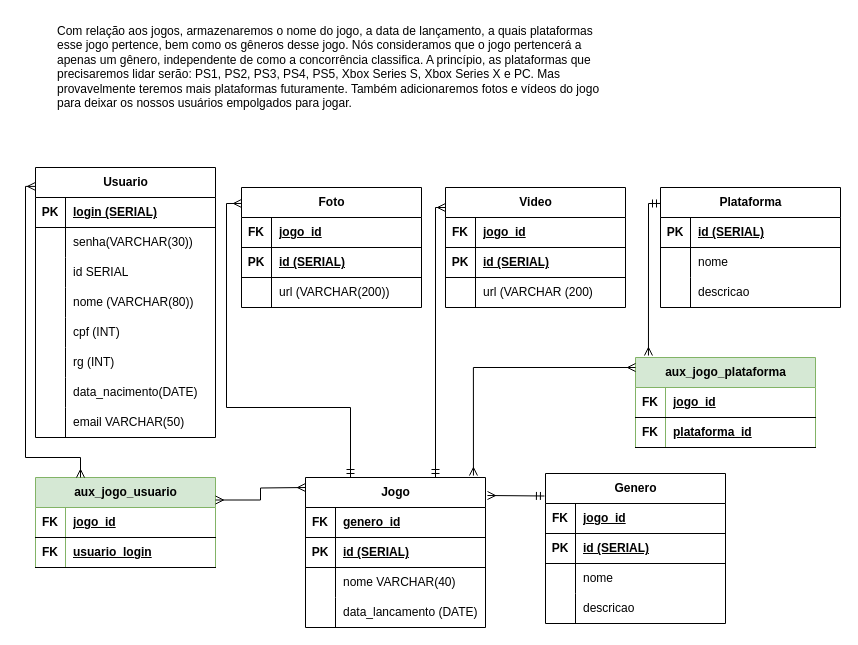
This is M2S07ex1.drawio from Luis-Vilar/DRAWio, a draw.io file, before an edit. Source tidied: cells renumbered, new cells numbered last; positions are measured from the earlier drawing's top-left corner, leaving out a move shared by most shapes. Both pictures are drawn from the tidied source at 100%, with x=0, y=0 at pixel (35, 17).
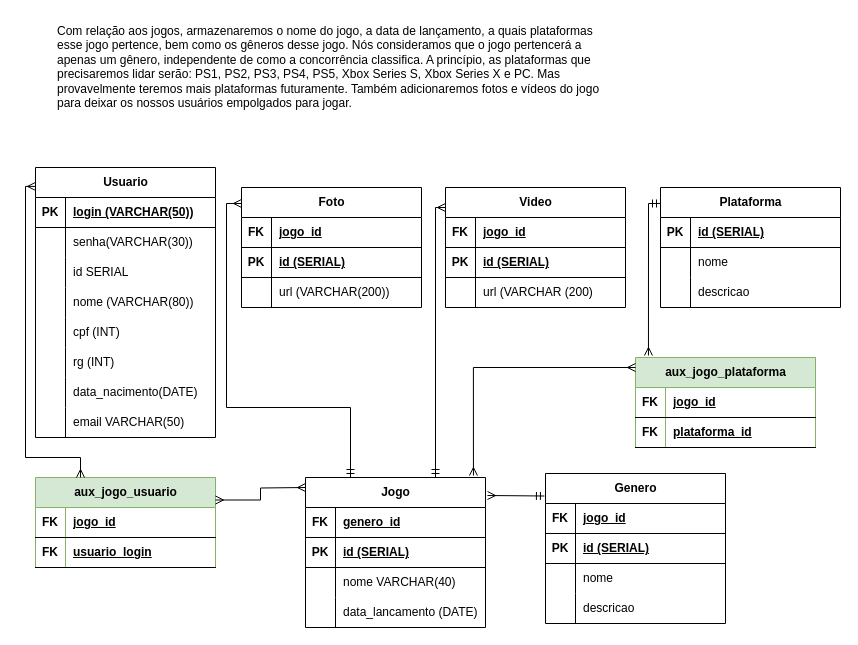
The same page after the edit.

The change refers to these unchanged cells:
```xml
<mxCell id="3" style="shape=tableRow;horizontal=0;startSize=0;swimlaneHead=0;swimlaneBody=0;fillColor=none;top=0;left=0;right=0;bottom=1;strokeColor=default;fontFamily=Helvetica;fontSize=12;fontColor=default;html=1;" parent="2" vertex="1">
  <mxGeometry y="30" width="180" height="30" as="geometry" />
</mxCell>
```

Change to the diagram source:
```diff
@@
-    <mxCell id="5" value="login (SERIAL)" style="shape=partialRectangle;fillColor=none;top=0;left=0;bottom=0;right=0;align=left;spacingLeft=6;fontStyle=5;overflow=hidden;whiteSpace=wrap;html=1;strokeColor=default;fontFamily=Helvetica;fontSize=12;fontColor=default;startSize=30;" parent="3" vertex="1">
+    <mxCell id="5" value="login (VARCHAR(50))" style="shape=partialRectangle;fillColor=none;top=0;left=0;bottom=0;right=0;align=left;spacingLeft=6;fontStyle=5;overflow=hidden;whiteSpace=wrap;html=1;strokeColor=default;fontFamily=Helvetica;fontSize=12;fontColor=default;startSize=30;" parent="3" vertex="1">
       <mxGeometry x="30" width="150" height="30" as="geometry" />
     </mxCell>
```
